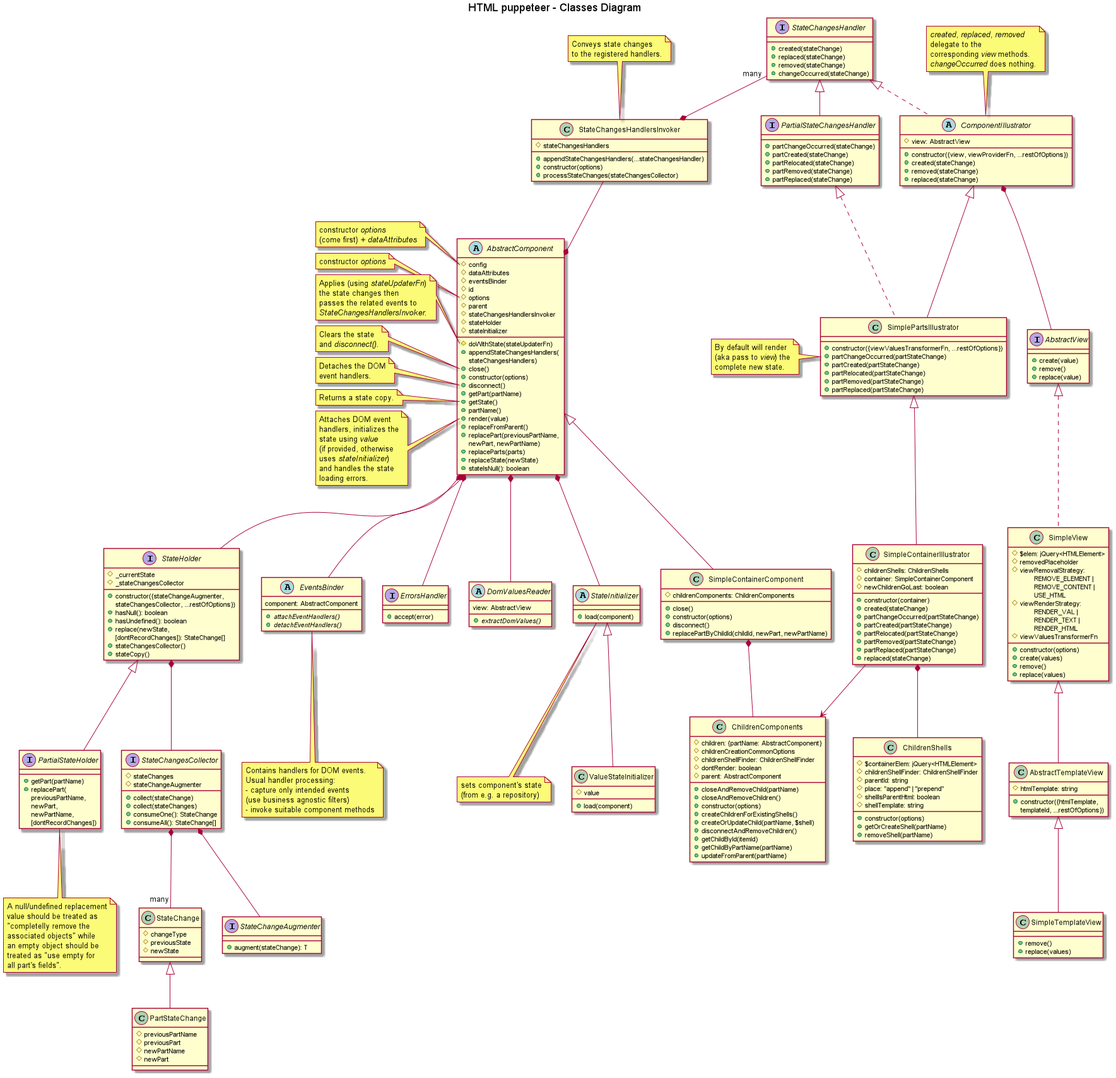
Earlier version of the PlantUML export design/classes-diagram-HTML_puppeteer___Classes_Diagram.png (adrhc/html-puppeteer).
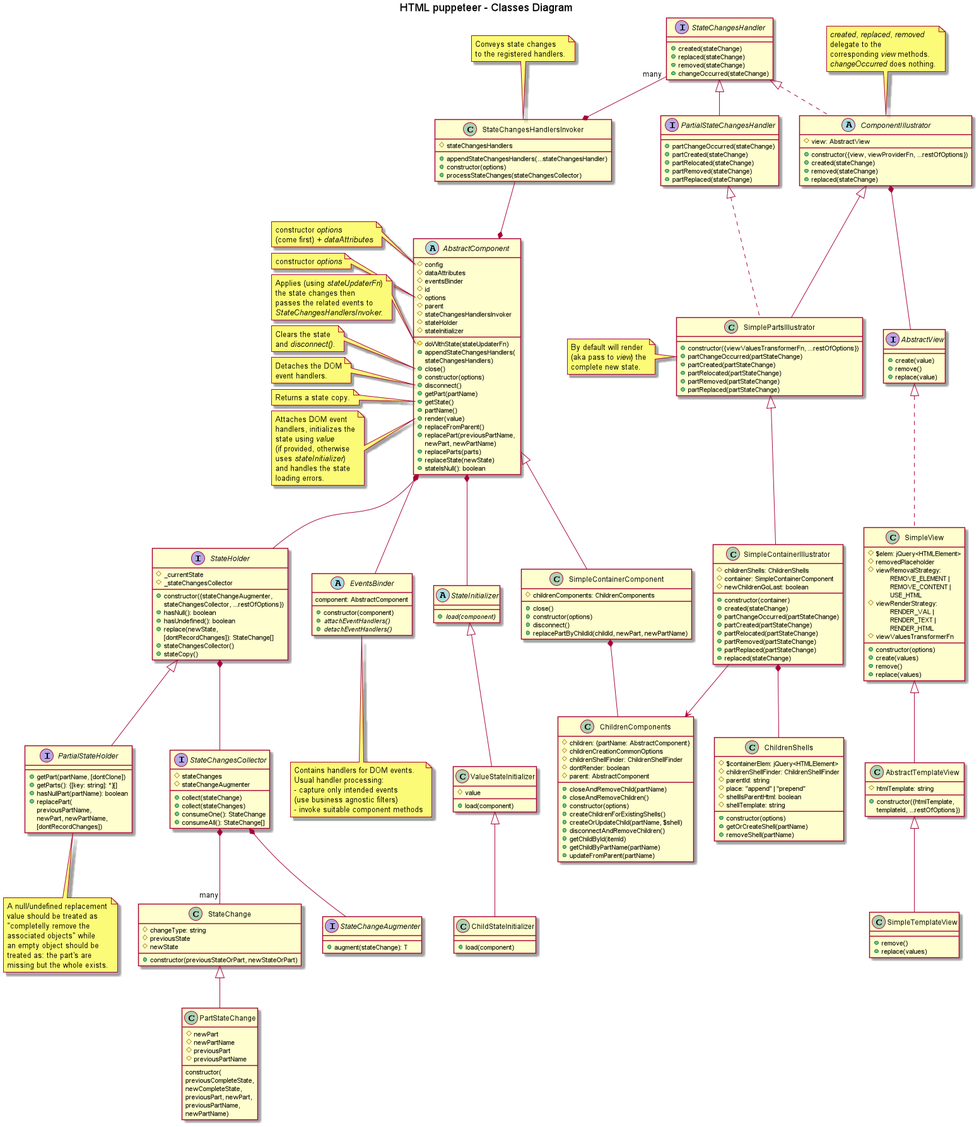
The same diagram one commit later.

The edit, as a diff of the source:
```diff
@@ -122,6 +122,7 @@
 
 abstract EventsBinder {
   component: AbstractComponent
+  +constructor(component)
   {abstract}+attachEventHandlers()
   {abstract}+detachEventHandlers()
 }
@@ -135,30 +136,32 @@
 end note
 
 abstract StateInitializer {
-+load(component)
+{abstract}+load(component)
 }
 
-note bottom of StateInitializer
-sets component's state
-(from e.g. a repository)
-end note
 
 class ValueStateInitializer extends StateInitializer {
 #value
 +load(component)
 }
 
+class ChildStateInitializer extends ValueStateInitializer {
++load(component)
+}
+
 class StateChange {
-#changeType
+#changeType: string
 #previousState
 #newState
++constructor(previousStateOrPart, newStateOrPart)
 }
 
 class PartStateChange extends StateChange {
+#newPart
+#newPartName
+#previousPart
 #previousPartName
-#previousPart
-#newPartName
-#newPart
+constructor(\npreviousCompleteState,\nnewCompleteState,\npreviousPart, newPart,\npreviousPartName,\nnewPartName)
 }
 
 interface StateChangeAugmenter {
@@ -187,8 +190,10 @@
 
 
 interface PartialStateHolder extends StateHolder {
-+getPart(partName)
-+replacePart(\npreviousPartName, \nnewPart, \nnewPartName, \n[dontRecordChanges])
++getPart(partName, [dontClone])
++getParts(): {[key: string]: *}[]
++hasNullPart(partName): boolean
++replacePart(\npreviousPartName, \nnewPart, newPartName, \n[dontRecordChanges])
 }
 
 note bottom of PartialStateHolder
@@ -197,8 +202,8 @@
 "completelly remove the
 associated objects" while
 an empty object should be
-treated as "use empty for
-all part's fields".
+treated as: the part's are
+missing but the whole exists.
 end note
 
 class SimpleContainerComponent extends AbstractComponent {
@@ -211,9 +216,6 @@
 
 SimpleContainerComponent *-down- ChildrenComponents
 
-interface ErrorsHandler {
-+accept(error)
-}
 
 interface AbstractView {
 +create(value)
@@ -305,16 +307,10 @@
 end note
 
 
-abstract DomValuesReader {
-  view: AbstractView
-  {abstract}+extractDomValues()
-}
 
 AbstractComponent *-down- EventsBinder
 AbstractComponent *-down- StateHolder
 AbstractComponent *-down- StateInitializer
-AbstractComponent *-down- DomValuesReader
-AbstractComponent *-down- ErrorsHandler
 AbstractComponent *-up- StateChangesHandlersInvoker
 StateChangesHandlersInvoker *-up- "many" StateChangesHandler
 ComponentIllustrator *-- AbstractView
```
